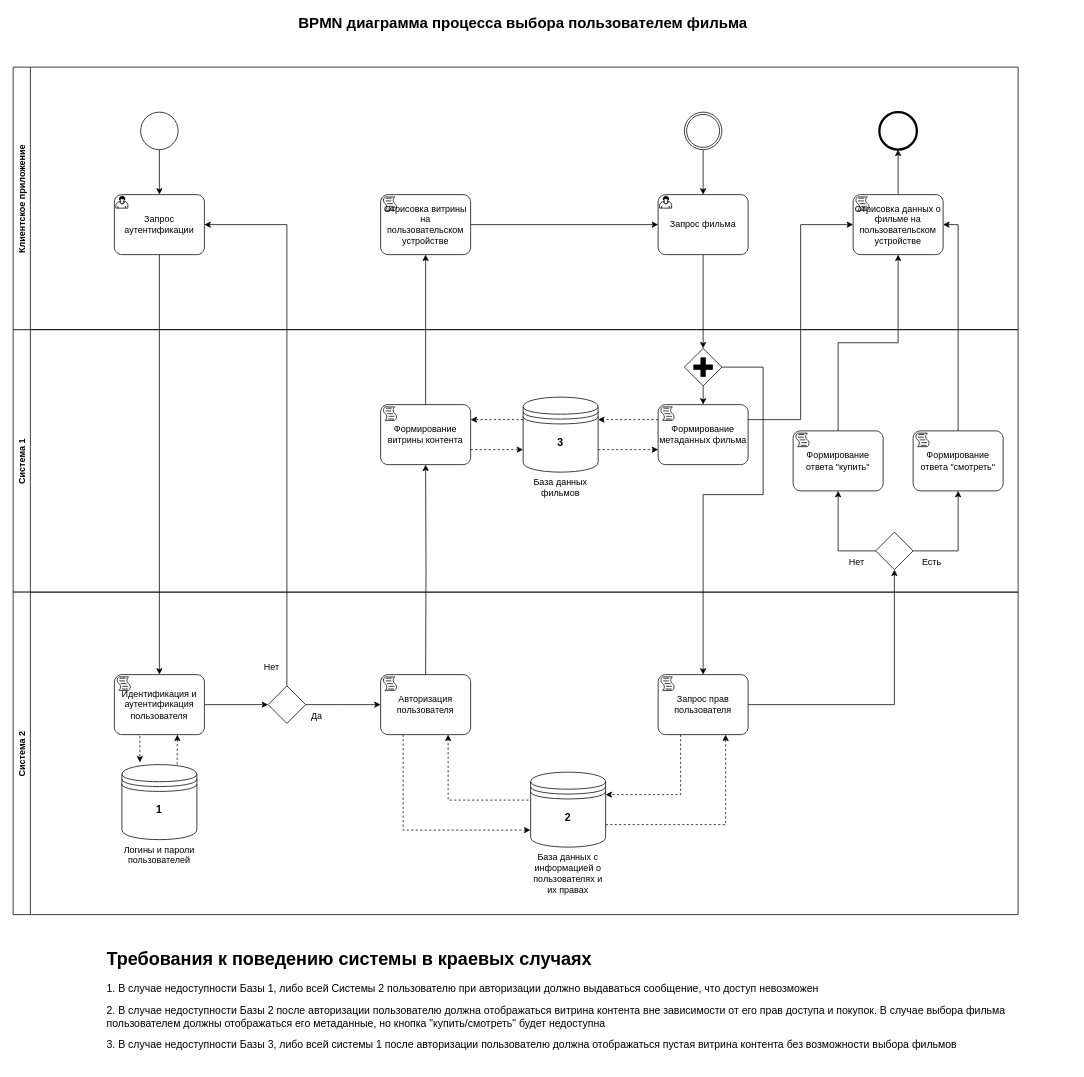
This is bpmn1.drawio from AleksTikhonov/ANSYS_Workbench, a draw.io file, before an edit. Source tidied: cells renumbered, new cells numbered last; positions are measured from the earlier drawing's top-left corner, leaving out a move shared by most shapes. Both pictures are drawn from the tidied source at 75%, with x=0, y=0 at pixel (13, 14).
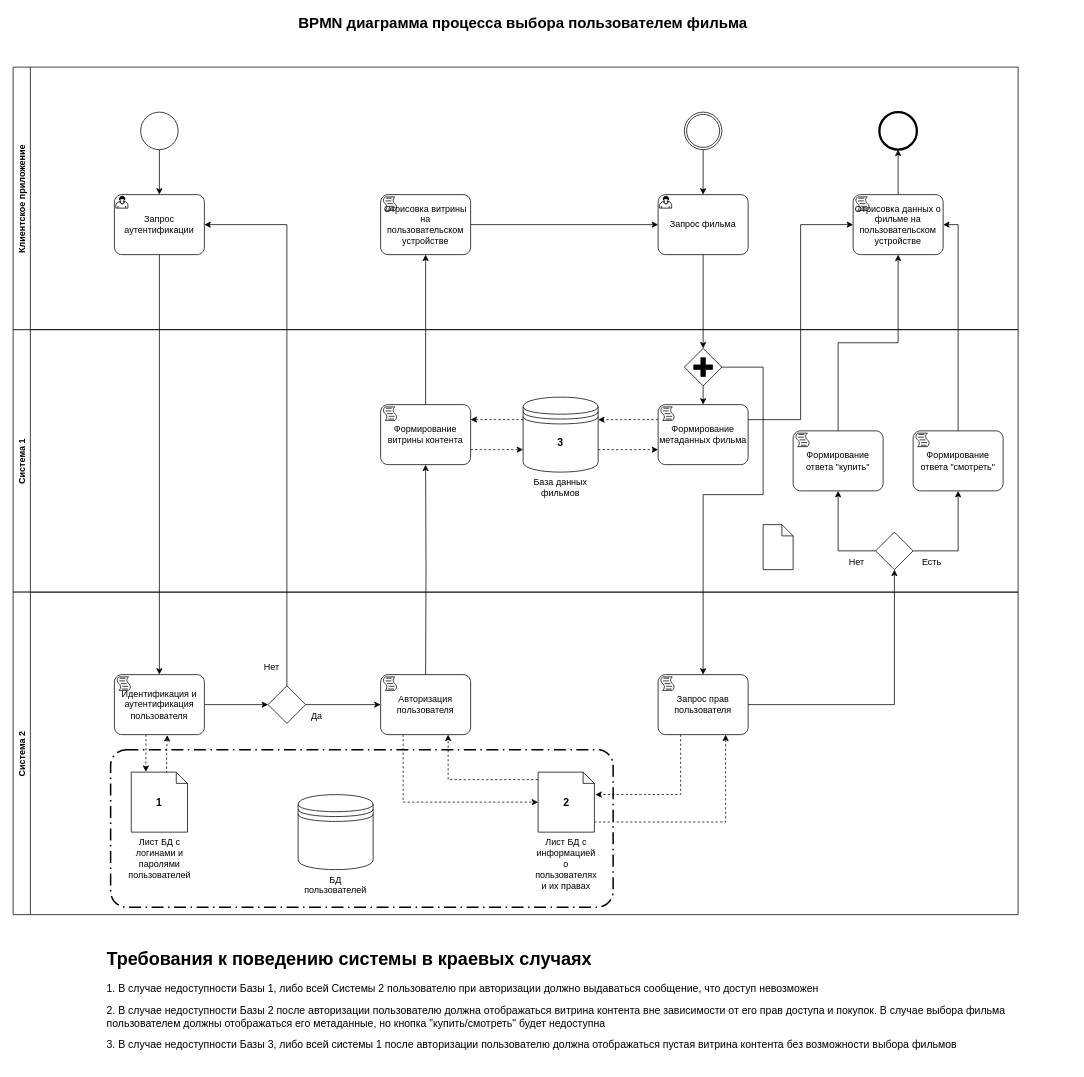
The same diagram, later.

Unchanged cells that the change refers to:
```xml
<mxCell id="18" value="Система 2" style="swimlane;horizontal=0;" parent="1" vertex="1">
  <mxGeometry y="770" width="1340" height="430" as="geometry" />
</mxCell>
<mxCell id="26" value="Идентификация и аутентификация пользователя" style="points=[[0.25,0,0],[0.5,0,0],[0.75,0,0],[1,0.25,0],[1,0.5,0],[1,0.75,0],[0.75,1,0],[0.5,1,0],[0.25,1,0],[0,0.75,0],[0,0.5,0],[0,0.25,0]];shape=mxgraph.bpmn.task;whiteSpace=wrap;rectStyle=rounded;size=10;taskMarker=script;" parent="18" vertex="1">
  <mxGeometry x="135" y="110" width="120" height="80" as="geometry" />
</mxCell>
<mxCell id="28" value="Авторизация пользователя" style="points=[[0.25,0,0],[0.5,0,0],[0.75,0,0],[1,0.25,0],[1,0.5,0],[1,0.75,0],[0.75,1,0],[0.5,1,0],[0.25,1,0],[0,0.75,0],[0,0.5,0],[0,0.25,0]];shape=mxgraph.bpmn.task;whiteSpace=wrap;rectStyle=rounded;size=10;taskMarker=script;" parent="18" vertex="1">
  <mxGeometry x="490" y="110" width="120" height="80" as="geometry" />
</mxCell>
<mxCell id="33" value="Запрос прав пользователя" style="points=[[0.25,0,0],[0.5,0,0],[0.75,0,0],[1,0.25,0],[1,0.5,0],[1,0.75,0],[0.75,1,0],[0.5,1,0],[0.25,1,0],[0,0.75,0],[0,0.5,0],[0,0.25,0]];shape=mxgraph.bpmn.task;whiteSpace=wrap;rectStyle=rounded;size=10;taskMarker=script;" parent="18" vertex="1">
  <mxGeometry x="860" y="110" width="120" height="80" as="geometry" />
</mxCell>
```

What changed in the source:
```diff
@@
-    <mxCell id="20" style="edgeStyle=orthogonalEdgeStyle;rounded=0;jettySize=auto;html=1;exitX=0.25;exitY=1;exitDx=0;exitDy=0;entryX=0.24;entryY=-0.03;entryDx=0;entryDy=0;entryPerimeter=0;dashed=1;exitPerimeter=0;" parent="18" edge="1" source="26" target="25">
-      <mxGeometry relative="1" as="geometry" />
-    </mxCell>
@@
-    <mxCell id="24" style="edgeStyle=orthogonalEdgeStyle;rounded=0;jettySize=auto;html=1;exitX=0.737;exitY=-0.004;exitDx=0;exitDy=0;exitPerimeter=0;dashed=1;" parent="18" edge="1" source="25">
-      <mxGeometry relative="1" as="geometry">
-        <mxPoint x="219" y="190" as="targetPoint" />
-      </mxGeometry>
+    <mxCell id="24" style="edgeStyle=orthogonalEdgeStyle;rounded=0;jettySize=auto;html=1;exitX=0.629;exitY=0.019;exitDx=0;exitDy=0;exitPerimeter=0;dashed=1;entryX=0.588;entryY=1.008;entryDx=0;entryDy=0;entryPerimeter=0;" parent="18" edge="1" source="63" target="26">
+      <mxGeometry relative="1" as="geometry" />
     </mxCell>
-    <mxCell id="25" value="Логины и пароли пользователей" style="shape=datastore;whiteSpace=wrap;html=1;labelPosition=center;verticalLabelPosition=bottom;align=center;verticalAlign=top;" parent="18" vertex="1">
-      <mxGeometry x="145" y="230" width="100" height="100" as="geometry" />
-    </mxCell>
@@
-    <mxCell id="27" style="edgeStyle=orthogonalEdgeStyle;rounded=0;jettySize=auto;html=1;exitX=0.25;exitY=1;exitDx=0;exitDy=0;exitPerimeter=0;entryX=-0.003;entryY=0.773;entryDx=0;entryDy=0;entryPerimeter=0;dashed=1;" parent="18" edge="1" source="28" target="31">
-      <mxGeometry relative="1" as="geometry" />
+    <mxCell id="27" style="edgeStyle=orthogonalEdgeStyle;rounded=0;jettySize=auto;html=1;exitX=0.25;exitY=1;exitDx=0;exitDy=0;exitPerimeter=0;dashed=1;" parent="18" edge="1" source="28" target="64">
+      <mxGeometry relative="1" as="geometry">
+        <Array as="points">
+          <mxPoint x="520" y="280" />
+        </Array>
+      </mxGeometry>
     </mxCell>
@@
-    <mxCell id="29" style="edgeStyle=orthogonalEdgeStyle;rounded=0;jettySize=auto;html=1;exitX=-0.03;exitY=0.373;exitDx=0;exitDy=0;exitPerimeter=0;entryX=0.75;entryY=1;entryDx=0;entryDy=0;entryPerimeter=0;dashed=1;" parent="18" edge="1" source="31" target="28">
+    <mxCell id="29" style="edgeStyle=orthogonalEdgeStyle;rounded=0;jettySize=auto;html=1;exitX=-0.004;exitY=0.125;exitDx=0;exitDy=0;exitPerimeter=0;entryX=0.75;entryY=1;entryDx=0;entryDy=0;entryPerimeter=0;dashed=1;" parent="18" edge="1" source="64" target="28">
       <mxGeometry relative="1" as="geometry" />
     </mxCell>
-    <mxCell id="30" style="edgeStyle=orthogonalEdgeStyle;rounded=0;jettySize=auto;html=1;exitX=1;exitY=0.7;exitDx=0;exitDy=0;entryX=0.75;entryY=1;entryDx=0;entryDy=0;entryPerimeter=0;dashed=1;" parent="18" edge="1" source="31" target="33">
+    <mxCell id="30" style="edgeStyle=orthogonalEdgeStyle;rounded=0;jettySize=auto;html=1;exitX=0.996;exitY=0.831;exitDx=0;exitDy=0;entryX=0.75;entryY=1;entryDx=0;entryDy=0;entryPerimeter=0;dashed=1;exitPerimeter=0;" parent="18" edge="1" source="64" target="33">
       <mxGeometry relative="1" as="geometry" />
     </mxCell>
-    <mxCell id="31" value="База данных с информацией о пользователях и их правах" style="shape=datastore;whiteSpace=wrap;html=1;labelPosition=center;verticalLabelPosition=bottom;align=center;verticalAlign=top;" parent="18" vertex="1">
-      <mxGeometry x="690" y="240" width="100" height="100" as="geometry" />
-    </mxCell>
-    <mxCell id="32" style="edgeStyle=orthogonalEdgeStyle;rounded=0;jettySize=auto;html=1;exitX=0.25;exitY=1;exitDx=0;exitDy=0;exitPerimeter=0;entryX=1;entryY=0.3;entryDx=0;entryDy=0;dashed=1;" parent="18" edge="1" source="33" target="31">
-      <mxGeometry relative="1" as="geometry" />
+    <mxCell id="32" style="edgeStyle=orthogonalEdgeStyle;rounded=0;jettySize=auto;html=1;exitX=0.25;exitY=1;exitDx=0;exitDy=0;exitPerimeter=0;dashed=1;entryX=1.018;entryY=0.373;entryDx=0;entryDy=0;entryPerimeter=0;" parent="18" edge="1" source="33" target="64">
+      <mxGeometry relative="1" as="geometry">
+        <Array as="points">
+          <mxPoint x="890" y="270" />
+        </Array>
+      </mxGeometry>
     </mxCell>
@@
+    <mxCell id="63" value="Лист БД с логинами и паролями пользователей" style="shape=mxgraph.bpmn.data;labelPosition=center;verticalLabelPosition=bottom;align=center;verticalAlign=top;whiteSpace=wrap;size=15;html=1;" parent="18" vertex="1">
+      <mxGeometry x="157.5" y="240" width="75" height="80" as="geometry" />
+    </mxCell>
+    <mxCell id="20" style="edgeStyle=orthogonalEdgeStyle;rounded=0;jettySize=auto;html=1;exitX=0.351;exitY=0.998;exitDx=0;exitDy=0;entryX=0.26;entryY=-0.004;entryDx=0;entryDy=0;entryPerimeter=0;dashed=1;exitPerimeter=0;" parent="18" edge="1" source="26" target="63">
+      <mxGeometry relative="1" as="geometry" />
+    </mxCell>
+    <mxCell id="64" value="Лист БД с информацией о пользователях и их правах" style="shape=mxgraph.bpmn.data;labelPosition=center;verticalLabelPosition=bottom;align=center;verticalAlign=top;whiteSpace=wrap;size=15;html=1;" parent="18" vertex="1">
+      <mxGeometry x="700" y="240" width="75" height="80" as="geometry" />
+    </mxCell>
+    <mxCell id="25" value="БД пользователей" style="shape=datastore;whiteSpace=wrap;html=1;labelPosition=center;verticalLabelPosition=bottom;align=center;verticalAlign=top;" parent="18" vertex="1">
+      <mxGeometry x="380" y="270" width="100" height="100" as="geometry" />
+    </mxCell>
+    <mxCell id="65" style="rounded=1;arcSize=10;dashed=1;strokeColor=#000000;fillColor=none;gradientColor=none;dashPattern=8 3 1 3;strokeWidth=2;" parent="18" vertex="1">
+      <mxGeometry x="130" y="210" width="670" height="210" as="geometry" />
+    </mxCell>
     <mxCell id="34" value="&lt;font style=&quot;font-size: 14px&quot;&gt;&lt;b&gt;1&lt;/b&gt;&lt;/font&gt;" style="text;html=1;strokeColor=none;fillColor=none;align=center;verticalAlign=middle;whiteSpace=wrap;rounded=0;" parent="18" vertex="1">
-      <mxGeometry x="175" y="280" width="40" height="20" as="geometry" />
+      <mxGeometry x="175" y="270" width="40" height="20" as="geometry" />
     </mxCell>
     <mxCell id="35" value="&lt;font style=&quot;font-size: 14px&quot;&gt;&lt;b&gt;2&lt;/b&gt;&lt;/font&gt;" style="text;html=1;strokeColor=none;fillColor=none;align=center;verticalAlign=middle;whiteSpace=wrap;rounded=0;" parent="18" vertex="1">
-      <mxGeometry x="720" y="290" width="40" height="20" as="geometry" />
+      <mxGeometry x="717.5" y="270" width="40" height="20" as="geometry" />
     </mxCell>
@@
+    <mxCell id="66" style="shape=mxgraph.bpmn.data;labelPosition=center;verticalLabelPosition=bottom;align=center;verticalAlign=top;whiteSpace=wrap;size=15;html=1;" parent="1" vertex="1">
+      <mxGeometry x="1000" y="680" width="40" height="60" as="geometry" />
+    </mxCell>
```
